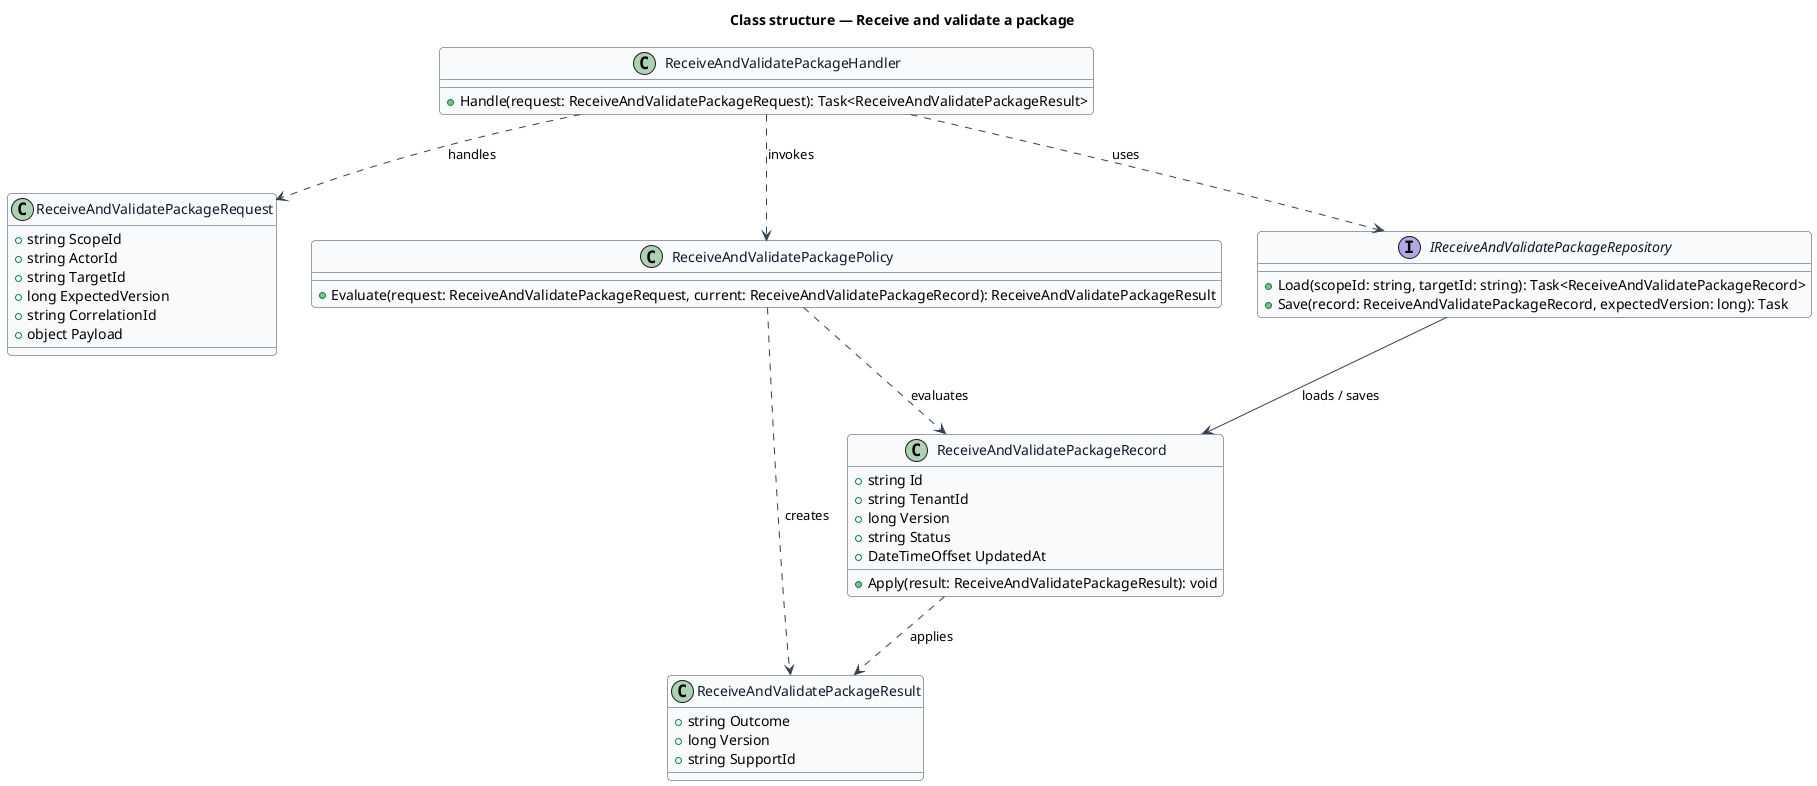
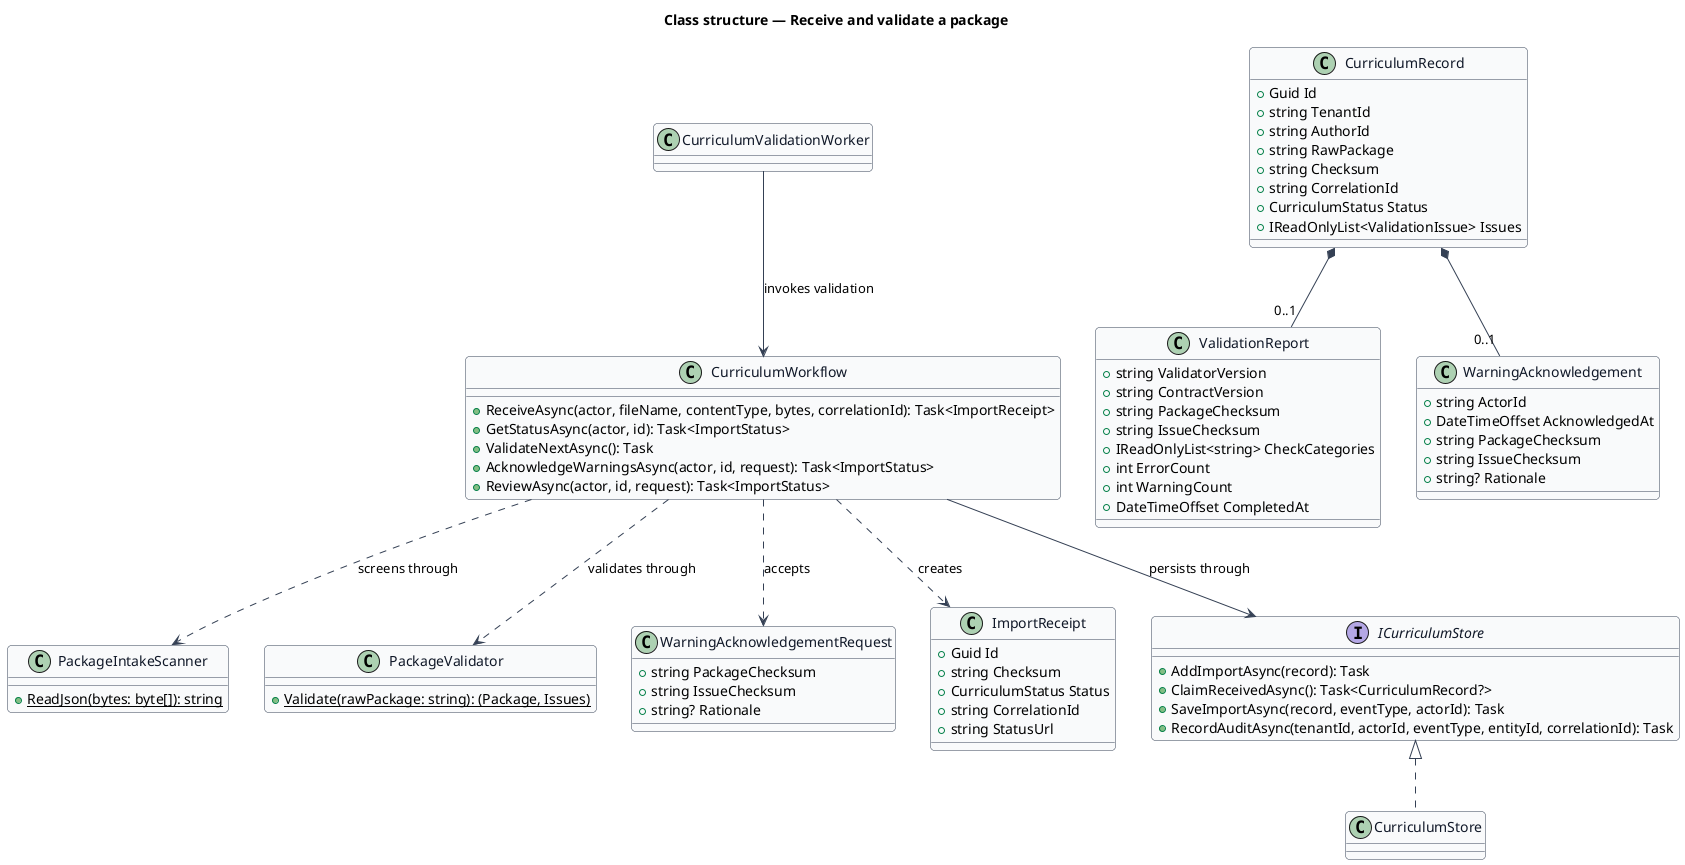
@startuml
skinparam backgroundColor #FFFFFF
skinparam shadowing false
skinparam roundcorner 8
skinparam defaultFontName Arial
skinparam ArrowColor #344054
skinparam class {
  BorderColor #344054
  FontColor #101828
  BackgroundColor #F9FAFB
}
title Class structure — Receive and validate a package

- class ReceiveAndValidatePackageRequest {
-   +string ScopeId
-   +string ActorId
-   +string TargetId
-   +long ExpectedVersion
-   +string CorrelationId
-   +object Payload
+ class CurriculumWorkflow {
+   +ReceiveAsync(actor, fileName, contentType, bytes, correlationId): Task<ImportReceipt>
+   +GetStatusAsync(actor, id): Task<ImportStatus>
+   +ValidateNextAsync(): Task
+   +AcknowledgeWarningsAsync(actor, id, request): Task<ImportStatus>
+   +ReviewAsync(actor, id, request): Task<ImportStatus>
}

- class ReceiveAndValidatePackageResult {
-   +string Outcome
-   +long Version
-   +string SupportId
+ class PackageIntakeScanner {
+   {static} +ReadJson(bytes: byte[]): string
}

- class ReceiveAndValidatePackageRecord {
-   +string Id
-   +string TenantId
-   +long Version
-   +string Status
-   +DateTimeOffset UpdatedAt
-   +Apply(result: ReceiveAndValidatePackageResult): void
+ class PackageValidator {
+   {static} +Validate(rawPackage: string): (Package, Issues)
}

- class ReceiveAndValidatePackagePolicy {
-   +Evaluate(request: ReceiveAndValidatePackageRequest, current: ReceiveAndValidatePackageRecord): ReceiveAndValidatePackageResult
+ class CurriculumRecord {
+   +Guid Id
+   +string TenantId
+   +string AuthorId
+   +string RawPackage
+   +string Checksum
+   +string CorrelationId
+   +CurriculumStatus Status
+   +IReadOnlyList<ValidationIssue> Issues
}

- interface IReceiveAndValidatePackageRepository {
-   +Load(scopeId: string, targetId: string): Task<ReceiveAndValidatePackageRecord>
-   +Save(record: ReceiveAndValidatePackageRecord, expectedVersion: long): Task
+ class ValidationReport {
+   +string ValidatorVersion
+   +string ContractVersion
+   +string PackageChecksum
+   +string IssueChecksum
+   +IReadOnlyList<string> CheckCategories
+   +int ErrorCount
+   +int WarningCount
+   +DateTimeOffset CompletedAt
}

- class ReceiveAndValidatePackageHandler {
-   +Handle(request: ReceiveAndValidatePackageRequest): Task<ReceiveAndValidatePackageResult>
+ class WarningAcknowledgement {
+   +string ActorId
+   +DateTimeOffset AcknowledgedAt
+   +string PackageChecksum
+   +string IssueChecksum
+   +string? Rationale
}

- ReceiveAndValidatePackageHandler ..> ReceiveAndValidatePackageRequest : handles
- ReceiveAndValidatePackageHandler ..> ReceiveAndValidatePackagePolicy : invokes
- ReceiveAndValidatePackageHandler ..> IReceiveAndValidatePackageRepository : uses
- IReceiveAndValidatePackageRepository --> ReceiveAndValidatePackageRecord : loads / saves
- ReceiveAndValidatePackagePolicy ..> ReceiveAndValidatePackageRecord : evaluates
- ReceiveAndValidatePackagePolicy ..> ReceiveAndValidatePackageResult : creates
- ReceiveAndValidatePackageRecord ..> ReceiveAndValidatePackageResult : applies
+ class WarningAcknowledgementRequest {
+   +string PackageChecksum
+   +string IssueChecksum
+   +string? Rationale
+ }
+ 
+ class ImportReceipt {
+   +Guid Id
+   +string Checksum
+   +CurriculumStatus Status
+   +string CorrelationId
+   +string StatusUrl
+ }
+ 
+ interface ICurriculumStore {
+   +AddImportAsync(record): Task
+   +ClaimReceivedAsync(): Task<CurriculumRecord?>
+   +SaveImportAsync(record, eventType, actorId): Task
+   +RecordAuditAsync(tenantId, actorId, eventType, entityId, correlationId): Task
+ }
+ 
+ class CurriculumStore
+ class CurriculumValidationWorker
+ 
+ CurriculumValidationWorker --> CurriculumWorkflow : invokes validation
+ CurriculumWorkflow ..> PackageIntakeScanner : screens through
+ CurriculumWorkflow ..> PackageValidator : validates through
+ CurriculumWorkflow --> ICurriculumStore : persists through
+ ICurriculumStore <|.. CurriculumStore
+ CurriculumWorkflow ..> ImportReceipt : creates
+ CurriculumWorkflow ..> WarningAcknowledgementRequest : accepts
+ CurriculumRecord *-- "0..1" ValidationReport
+ CurriculumRecord *-- "0..1" WarningAcknowledgement
@enduml
